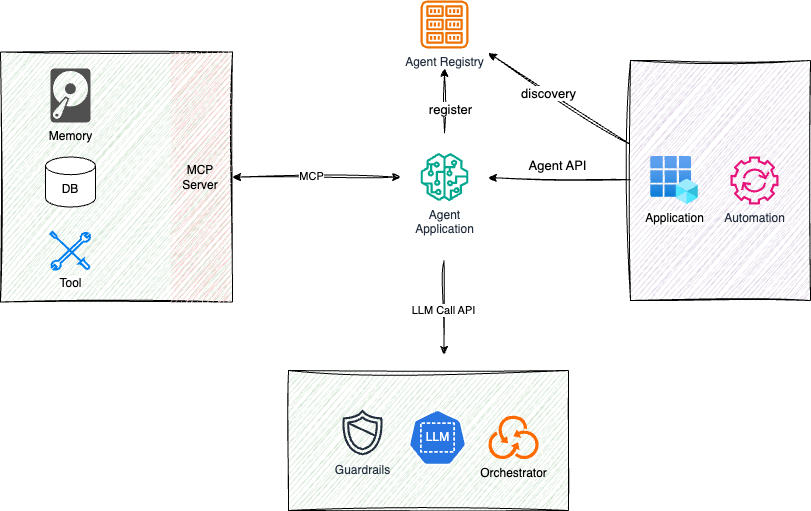
This is images/arch.drawio.png from agile-lab-dev/Agent-Specification, a draw.io export, as it was before one commit. Source tidied: cells renumbered, new cells last; positions are measured from the earlier drawing's top-left corner, leaving out a move shared by most shapes.
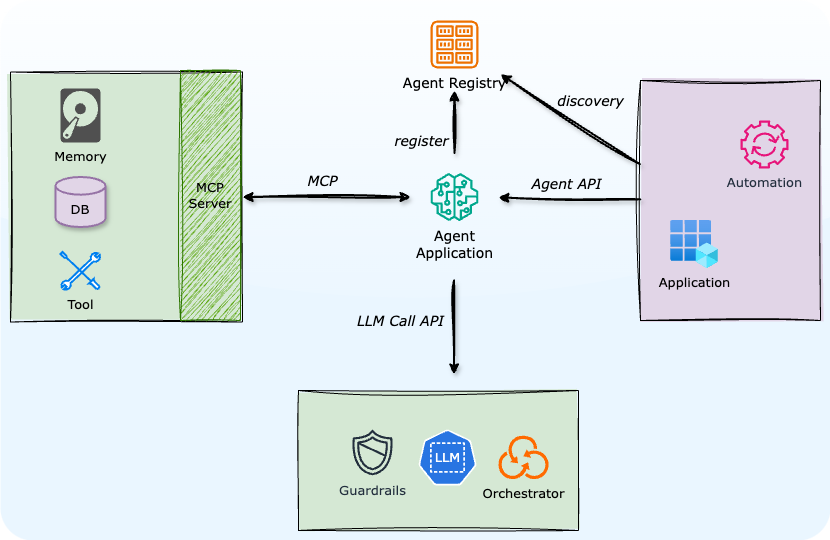
The same diagram one commit later.

Commit message:
Fix background diagram color, for dark themes

Diff of the diagram source:
```diff
@@ -2,84 +2,94 @@
   <root>
     <mxCell id="0" />
     <mxCell id="1" parent="0" />
+    <mxCell id="26" style="rounded=1;whiteSpace=wrap;html=1;fillColor=#EAF6FF;strokeColor=none;arcSize=6;glass=1;shadow=0;" parent="1" vertex="1">
+      <mxGeometry x="-10" y="-20" width="830" height="540" as="geometry" />
+    </mxCell>
+    <mxCell id="27" value="First Layer" parent="0" />
-    <mxCell id="2" style="rounded=0;whiteSpace=wrap;html=1;fillColor=#e1d5e7;strokeColor=default;sketch=1;curveFitting=1;jiggle=2;" parent="1" vertex="1">
+    <mxCell id="2" style="rounded=0;whiteSpace=wrap;html=1;fillColor=#e1d5e7;strokeColor=default;sketch=1;curveFitting=1;jiggle=2;fillStyle=solid;fontSize=13;fontFamily=Verdana;" parent="27" vertex="1">
       <mxGeometry x="630" y="60" width="180" height="240" as="geometry" />
     </mxCell>
-    <mxCell id="3" style="rounded=0;whiteSpace=wrap;html=1;fillColor=#d5e8d4;strokeColor=default;sketch=1;curveFitting=1;jiggle=2;" parent="1" vertex="1">
+    <mxCell id="3" style="rounded=0;whiteSpace=wrap;html=1;fillColor=#d5e8d4;strokeColor=default;sketch=1;curveFitting=1;jiggle=2;fillStyle=solid;fontSize=13;fontFamily=Verdana;" parent="27" vertex="1">
       <mxGeometry x="288" y="370" width="280" height="140" as="geometry" />
     </mxCell>
-    <mxCell id="4" style="rounded=0;whiteSpace=wrap;html=1;fillColor=#d5e8d4;strokeColor=default;sketch=1;curveFitting=1;jiggle=2;" parent="1" vertex="1">
+    <mxCell id="4" style="rounded=0;whiteSpace=wrap;html=1;fillColor=#d5e8d4;strokeColor=default;sketch=1;curveFitting=1;jiggle=2;fillStyle=solid;fontSize=13;fontFamily=Verdana;" parent="27" vertex="1">
       <mxGeometry y="51.5" width="232" height="250" as="geometry" />
     </mxCell>
-    <mxCell id="5" value="Agent Registry" style="sketch=0;outlineConnect=0;fontColor=#232F3E;gradientColor=none;fillColor=#ED7100;strokeColor=none;dashed=0;verticalLabelPosition=bottom;verticalAlign=top;align=center;html=1;fontSize=12;fontStyle=0;shape=mxgraph.aws4.registry;perimeterSpacing=20;" parent="1" vertex="1">
+    <mxCell id="5" value="Agent Registry" style="sketch=0;outlineConnect=0;fontColor=#000000;gradientColor=none;fillColor=#ED7100;strokeColor=none;dashed=0;verticalLabelPosition=bottom;verticalAlign=top;align=center;html=1;fontSize=14;fontStyle=0;shape=mxgraph.aws4.registry;perimeterSpacing=22;fontFamily=Verdana;" parent="27" vertex="1">
       <mxGeometry x="420" width="48" height="48" as="geometry" />
     </mxCell>
-    <mxCell id="6" style="edgeStyle=none;html=1;sketch=1;curveFitting=1;jiggle=2;" parent="1" edge="1" source="10" target="5">
+    <mxCell id="6" style="edgeStyle=none;html=1;sketch=1;curveFitting=1;jiggle=2;fontSize=14;fontFamily=Verdana;fontColor=#000000;strokeColor=#000000;shadow=1;strokeWidth=2;" parent="27" edge="1" source="10" target="5">
       <mxGeometry relative="1" as="geometry" />
     </mxCell>
-    <mxCell id="7" value="register" style="edgeLabel;html=1;align=center;verticalAlign=middle;fontSize=13;" parent="6" vertex="1">
+    <mxCell id="7" value="register" style="edgeLabel;html=1;align=center;verticalAlign=middle;fontSize=14;fontFamily=Verdana;labelBackgroundColor=none;fontColor=#000000;fontStyle=2;" parent="6" vertex="1">
       <mxGeometry x="0.05" y="2" relative="1" as="geometry">
-        <mxPoint x="8" y="10" as="offset" />
+        <mxPoint x="-32" y="21" as="offset" />
       </mxGeometry>
     </mxCell>
-    <mxCell id="8" style="edgeStyle=none;html=1;sketch=1;curveFitting=1;jiggle=2;entryX=1;entryY=0.5;entryDx=0;entryDy=0;startArrow=classic;startFill=1;" parent="1" edge="1" source="10" target="4">
+    <mxCell id="8" style="edgeStyle=none;html=1;sketch=1;curveFitting=1;jiggle=2;entryX=1;entryY=0.5;entryDx=0;entryDy=0;startArrow=classic;startFill=1;fontSize=14;fontFamily=Verdana;fontColor=#000000;strokeColor=#000000;shadow=1;strokeWidth=2;" parent="27" edge="1" source="10" target="4">
       <mxGeometry relative="1" as="geometry" />
     </mxCell>
-    <mxCell id="9" value="MCP" style="edgeLabel;html=1;align=center;verticalAlign=middle;" parent="8" vertex="1">
-      <mxGeometry x="0.06" y="-1" relative="1" as="geometry" />
+    <mxCell id="9" value="MCP" style="edgeLabel;html=1;align=center;verticalAlign=middle;fontSize=14;fontFamily=Verdana;labelBackgroundColor=none;fontColor=#000000;fontStyle=2;" parent="8" vertex="1">
+      <mxGeometry x="0.06" y="-1" relative="1" as="geometry">
+        <mxPoint y="-15" as="offset" />
+      </mxGeometry>
     </mxCell>
-    <mxCell id="10" value="Agent &lt;br&gt;Application" style="sketch=0;outlineConnect=0;fontColor=#232F3E;gradientColor=none;fillColor=#01A88D;strokeColor=none;dashed=0;verticalLabelPosition=bottom;verticalAlign=top;align=center;html=1;fontSize=12;fontStyle=0;shape=mxgraph.aws4.sagemaker_model;perimeterSpacing=20;" parent="1" vertex="1">
+    <mxCell id="10" value="Agent &lt;br&gt;Application" style="sketch=0;outlineConnect=0;fontColor=#000000;gradientColor=none;fillColor=#01A88D;strokeColor=none;dashed=0;verticalLabelPosition=bottom;verticalAlign=top;align=center;html=1;fontSize=14;fontStyle=0;shape=mxgraph.aws4.sagemaker_model;perimeterSpacing=20;fontFamily=Verdana;" parent="27" vertex="1">
       <mxGeometry x="420" y="152.5" width="48" height="48" as="geometry" />
     </mxCell>
-    <mxCell id="11" value="Tool" style="html=1;verticalLabelPosition=bottom;align=center;labelBackgroundColor=#ffffff;verticalAlign=top;strokeWidth=2;strokeColor=#0080F0;shadow=0;dashed=0;shape=mxgraph.ios7.icons.tools;" parent="1" vertex="1">
+    <mxCell id="11" value="Tool" style="html=1;verticalLabelPosition=bottom;align=center;labelBackgroundColor=none;verticalAlign=top;strokeWidth=2;strokeColor=#0080F0;shadow=0;dashed=0;shape=mxgraph.ios7.icons.tools;fontSize=13;fontFamily=Verdana;" parent="27" vertex="1">
       <mxGeometry x="50" y="231.5" width="40" height="38" as="geometry" />
     </mxCell>
-    <mxCell id="12" value="Guardrails" style="sketch=0;fontColor=#232F3E;gradientColor=none;fillColor=#232F3D;strokeColor=none;dashed=0;verticalLabelPosition=bottom;verticalAlign=top;align=center;html=1;fontSize=12;fontStyle=0;shape=mxgraph.aws4.shield2;" parent="1" vertex="1">
+    <mxCell id="12" value="Guardrails" style="sketch=0;fontColor=#232F3E;gradientColor=none;fillColor=#232F3D;strokeColor=none;dashed=0;verticalLabelPosition=bottom;verticalAlign=top;align=center;html=1;fontSize=13;fontStyle=0;shape=mxgraph.aws4.shield2;fontFamily=Verdana;" parent="27" vertex="1">
       <mxGeometry x="338" y="408" width="48" height="48" as="geometry" />
     </mxCell>
-    <mxCell id="13" value="Memory" style="sketch=0;shadow=0;dashed=0;html=1;strokeColor=none;fillColor=#505050;labelPosition=center;verticalLabelPosition=bottom;verticalAlign=top;align=center;shape=mxgraph.office.devices.hard_disk;" parent="1" vertex="1">
+    <mxCell id="13" value="Memory" style="sketch=0;shadow=0;dashed=0;html=1;strokeColor=none;fillColor=#505050;labelPosition=center;verticalLabelPosition=bottom;verticalAlign=top;align=center;shape=mxgraph.office.devices.hard_disk;fontSize=13;fontFamily=Verdana;" parent="27" vertex="1">
       <mxGeometry x="50" y="68" width="40" height="54" as="geometry" />
     </mxCell>
-    <mxCell id="14" value="Orchestrator" style="html=1;align=center;shadow=0;dashed=0;fillColor=#FF6A00;strokeColor=none;shape=mxgraph.alibaba_cloud.ros_resource_orchestration_service;labelPosition=center;verticalLabelPosition=bottom;verticalAlign=top;" parent="1" vertex="1">
+    <mxCell id="14" value="Orchestrator" style="html=1;align=center;shadow=0;dashed=0;fillColor=#FF6A00;strokeColor=none;shape=mxgraph.alibaba_cloud.ros_resource_orchestration_service;labelPosition=center;verticalLabelPosition=bottom;verticalAlign=top;fontSize=13;fontFamily=Verdana;" parent="27" vertex="1">
       <mxGeometry x="488" y="415.2" width="50.1" height="43.5" as="geometry" />
     </mxCell>
-    <mxCell id="15" value="LLM" style="sketch=0;html=1;dashed=0;whitespace=wrap;verticalLabelPosition=middle;verticalAlign=middle;fillColor=#2875E2;strokeColor=#ffffff;shape=mxgraph.kubernetes.icon2;prIcon=ns;labelPosition=center;align=center;fontColor=light-dark(#ffffff, #ededed);" parent="1" vertex="1">
+    <mxCell id="15" value="LLM" style="sketch=0;html=1;dashed=0;whitespace=wrap;verticalLabelPosition=middle;verticalAlign=middle;fillColor=#2875E2;strokeColor=#ffffff;shape=mxgraph.kubernetes.icon2;prIcon=ns;labelPosition=center;align=center;fontColor=light-dark(#ffffff, #ededed);fontSize=13;fontFamily=Verdana;" parent="27" vertex="1">
       <mxGeometry x="408" y="408" width="58" height="58" as="geometry" />
     </mxCell>
-    <mxCell id="16" style="edgeStyle=none;html=1;sketch=1;curveFitting=1;jiggle=2;exitX=-0.003;exitY=0.349;exitDx=0;exitDy=0;exitPerimeter=0;" parent="1" edge="1" source="2" target="5">
+    <mxCell id="16" style="edgeStyle=none;html=1;sketch=1;curveFitting=1;jiggle=2;exitX=-0.003;exitY=0.349;exitDx=0;exitDy=0;exitPerimeter=0;fontSize=14;fontFamily=Verdana;fontColor=#000000;strokeColor=#000000;shadow=1;strokeWidth=2;" parent="27" edge="1" source="2" target="5">
       <mxGeometry relative="1" as="geometry" />
     </mxCell>
-    <mxCell id="17" value="discovery" style="edgeLabel;html=1;align=center;verticalAlign=middle;fontSize=13;" parent="16" vertex="1">
-      <mxGeometry x="0.15" y="2" relative="1" as="geometry" />
+    <mxCell id="17" value="discovery" style="edgeLabel;html=1;align=center;verticalAlign=middle;fontSize=14;fontFamily=Verdana;labelBackgroundColor=none;fontColor=#000000;fontStyle=2;" parent="16" vertex="1">
+      <mxGeometry x="0.15" y="2" relative="1" as="geometry">
+        <mxPoint x="32" y="-13" as="offset" />
+      </mxGeometry>
     </mxCell>
-    <mxCell id="18" style="edgeStyle=none;html=1;sketch=1;curveFitting=1;jiggle=2;" parent="1" edge="1" source="20" target="10">
+    <mxCell id="18" style="edgeStyle=none;html=1;sketch=1;curveFitting=1;jiggle=2;fontSize=14;fontFamily=Verdana;fontColor=#000000;strokeColor=#000000;shadow=1;strokeWidth=2;" parent="27" edge="1" source="2" target="10">
       <mxGeometry relative="1" as="geometry" />
     </mxCell>
-    <mxCell id="19" value="Agent API" style="edgeLabel;html=1;align=center;verticalAlign=middle;fontSize=13;" parent="18" vertex="1">
+    <mxCell id="19" value="Agent API" style="edgeLabel;html=1;align=center;verticalAlign=middle;fontSize=14;fontFamily=Verdana;labelBackgroundColor=none;fontColor=#000000;fontStyle=2;" parent="18" vertex="1">
       <mxGeometry x="0.02" y="1" relative="1" as="geometry">
         <mxPoint x="-1" y="-15" as="offset" />
       </mxGeometry>
     </mxCell>
-    <mxCell id="20" value="Application" style="image;html=1;points=[];align=center;fontSize=12;image=img/lib/azure2/identity/App_Registrations.svg;perimeterSpacing=20;" parent="1" vertex="1">
-      <mxGeometry x="650" y="156" width="48" height="48" as="geometry" />
+    <mxCell id="20" value="Application" style="image;html=1;points=[];align=center;fontSize=13;image=img/lib/azure2/identity/App_Registrations.svg;perimeterSpacing=20;labelBackgroundColor=none;fontFamily=Verdana;" parent="27" vertex="1">
+      <mxGeometry x="660" y="200" width="48" height="48" as="geometry" />
     </mxCell>
-    <mxCell id="21" value="Automation" style="sketch=0;fontColor=#232F3E;gradientColor=none;fillColor=#E7157B;strokeColor=none;dashed=0;verticalLabelPosition=bottom;verticalAlign=top;align=center;html=1;fontSize=12;fontStyle=0;shape=mxgraph.aws4.automation;" parent="1" vertex="1">
-      <mxGeometry x="730" y="156" width="48" height="48" as="geometry" />
+    <mxCell id="21" value="Automation" style="sketch=0;fontColor=#232F3E;gradientColor=none;fillColor=#E7157B;strokeColor=none;dashed=0;verticalLabelPosition=bottom;verticalAlign=top;align=center;html=1;fontSize=13;fontStyle=0;shape=mxgraph.aws4.automation;fontFamily=Verdana;" parent="27" vertex="1">
+      <mxGeometry x="730" y="100" width="48" height="48" as="geometry" />
     </mxCell>
-    <mxCell id="22" value="DB" style="shape=cylinder3;whiteSpace=wrap;html=1;boundedLbl=1;backgroundOutline=1;size=8.833343505859403;" parent="1" vertex="1">
+    <mxCell id="22" value="DB" style="shape=cylinder3;whiteSpace=wrap;html=1;boundedLbl=1;backgroundOutline=1;size=8.833343505859403;fontSize=13;fontFamily=Verdana;shadow=1;strokeWidth=2;fillColor=#e1d5e7;strokeColor=#9673a6;" parent="27" vertex="1">
       <mxGeometry x="45" y="156.5" width="50" height="50" as="geometry" />
     </mxCell>
-    <mxCell id="23" value="MCP Server" style="rounded=0;whiteSpace=wrap;html=1;fillColor=#f8cecc;strokeColor=none;sketch=1;curveFitting=1;jiggle=2;" parent="1" vertex="1">
-      <mxGeometry x="170" y="51.5" width="60" height="250" as="geometry" />
+    <mxCell id="23" value="MCP Server" style="rounded=0;whiteSpace=wrap;html=1;sketch=1;curveFitting=1;jiggle=2;fillStyle=hachure;fontSize=13;fontFamily=Verdana;fillColor=#60a917;fontColor=#000000;strokeColor=#2D7600;" parent="27" vertex="1">
+      <mxGeometry x="170" y="50" width="60" height="250" as="geometry" />
     </mxCell>
-    <mxCell id="24" style="edgeStyle=none;html=1;sketch=1;curveFitting=1;jiggle=2;startArrow=none;startFill=0;" parent="1" edge="1">
+    <mxCell id="24" style="edgeStyle=none;html=1;sketch=1;curveFitting=1;jiggle=2;startArrow=none;startFill=0;fontSize=14;fontFamily=Verdana;fontColor=#000000;strokeColor=#000000;shadow=1;strokeWidth=2;" parent="27" edge="1">
       <mxGeometry relative="1" as="geometry">
         <mxPoint x="443.6" y="260" as="sourcePoint" />
         <mxPoint x="443.6" y="354" as="targetPoint" />
       </mxGeometry>
     </mxCell>
-    <mxCell id="25" value="LLM Call API" style="edgeLabel;html=1;align=center;verticalAlign=middle;" parent="24" vertex="1">
-      <mxGeometry x="0.06" y="-1" relative="1" as="geometry" />
+    <mxCell id="25" value="LLM Call API" style="edgeLabel;html=1;align=center;verticalAlign=middle;fontSize=14;fontFamily=Verdana;labelBackgroundColor=none;fontColor=#000000;fontStyle=2;" parent="24" vertex="1">
+      <mxGeometry x="0.06" y="-1" relative="1" as="geometry">
+        <mxPoint x="-53" y="-10" as="offset" />
+      </mxGeometry>
     </mxCell>
   </root>
 </mxGraphModel>
```
